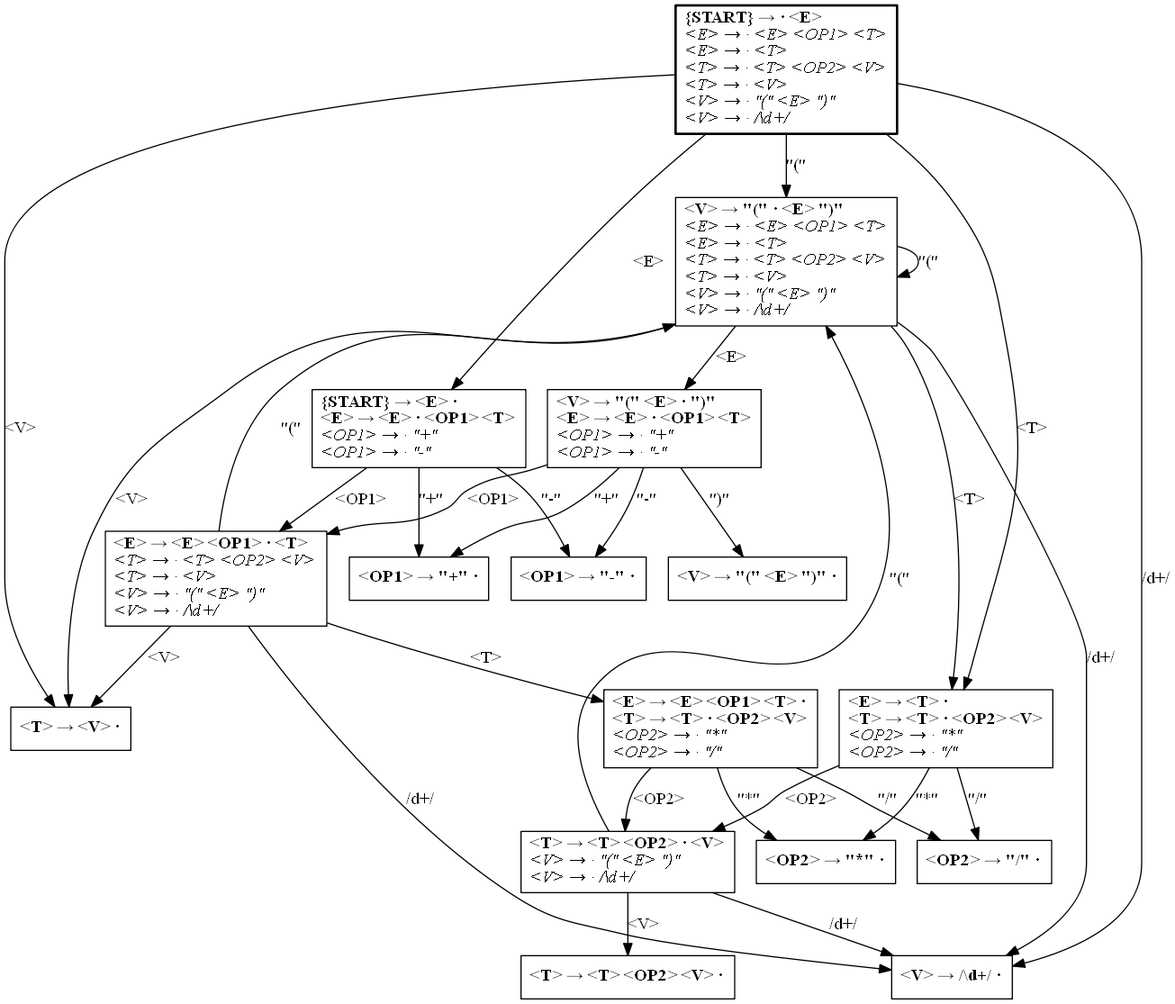
Earlier version of the Graphviz export lalr_collection_test.dot.png (tokenshift/appa). Its source is kept beside it as lalr_collection_test.dot.
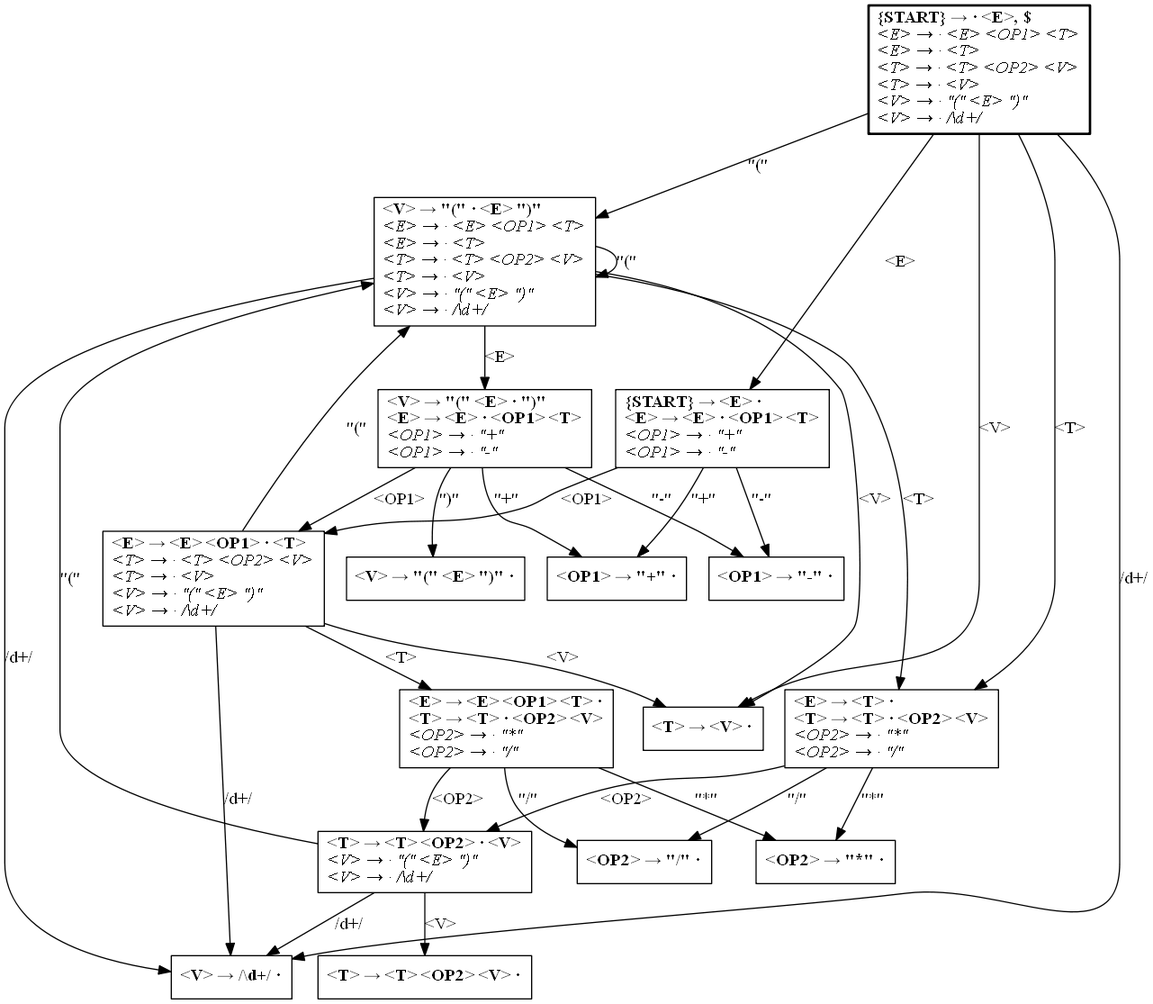
The same diagram one commit later.

What changed in the source:
```diff
@@ -2,10 +2,6 @@
 	node[shape=box];
 
 	1 [label=<<b>
-	&amp;lt;T&amp;gt; → &amp;lt;V&amp;gt; ·<br align="left" />
-	</b>>];
-
-	2 [label=<<b>
 	&amp;lt;V&amp;gt; → "(" · &amp;lt;E&amp;gt; ")"<br align="left" />
 	</b><i>
 	&amp;lt;E&amp;gt; → · &amp;lt;E&amp;gt; &amp;lt;OP1&amp;gt; &amp;lt;T&amp;gt;<br align="left" />
@@ -16,84 +12,43 @@
 	&amp;lt;V&amp;gt; → · /\d+/<br align="left" />
 	</i>>];
 
-	2 -> 3 [label="<E>"];
-	2 -> 4 [label="<T>"];
-	2 -> 1 [label="<V>"];
-	2 -> 2 [label="\"(\""];
-	2 -> 5 [label="/\d+/"];
-
-	5 [label=<<b>
-	&amp;lt;V&amp;gt; → /\d+/ ·<br align="left" />
-	</b>>];
+	1 -> 2 [label="<E>"];
+	1 -> 3 [label="<T>"];
+	1 -> 4 [label="<V>"];
+	1 -> 1 [label="\"(\""];
+	1 -> 5 [label="/\d+/"];
 
 	6 [label=<<b>
 	&amp;lt;OP1&amp;gt; → "+" ·<br align="left" />
 	</b>>];
 
 	7 [label=<<b>
-	&amp;lt;T&amp;gt; → &amp;lt;T&amp;gt; &amp;lt;OP2&amp;gt; &amp;lt;V&amp;gt; ·<br align="left" />
-	</b>>];
-
-	8 [label=<<b>
-	&amp;lt;V&amp;gt; → "(" &amp;lt;E&amp;gt; ")" ·<br align="left" />
-	</b>>];
-
-	4 [label=<<b>
-	&amp;lt;E&amp;gt; → &amp;lt;T&amp;gt; ·<br align="left" />
-	&amp;lt;T&amp;gt; → &amp;lt;T&amp;gt; · &amp;lt;OP2&amp;gt; &amp;lt;V&amp;gt;<br align="left" />
-	</b><i>
-	&amp;lt;OP2&amp;gt; → · "*"<br align="left" />
-	&amp;lt;OP2&amp;gt; → · "/"<br align="left" />
-	</i>>];
-
-	4 -> 9 [label="<OP2>"];
-	4 -> 10 [label="\"*\""];
-	4 -> 11 [label="\"/\""];
-
-	12 [label=<<b>
-	&amp;lt;E&amp;gt; → &amp;lt;E&amp;gt; &amp;lt;OP1&amp;gt; · &amp;lt;T&amp;gt;<br align="left" />
-	</b><i>
-	&amp;lt;T&amp;gt; → · &amp;lt;T&amp;gt; &amp;lt;OP2&amp;gt; &amp;lt;V&amp;gt;<br align="left" />
-	&amp;lt;T&amp;gt; → · &amp;lt;V&amp;gt;<br align="left" />
-	&amp;lt;V&amp;gt; → · "(" &amp;lt;E&amp;gt; ")"<br align="left" />
-	&amp;lt;V&amp;gt; → · /\d+/<br align="left" />
-	</i>>];
-
-	12 -> 13 [label="<T>"];
-	12 -> 1 [label="<V>"];
-	12 -> 2 [label="\"(\""];
-	12 -> 5 [label="/\d+/"];
-
-	14 [label=<<b>
-	&amp;lt;OP1&amp;gt; → "-" ·<br align="left" />
-	</b>>];
-
-	9 [label=<<b>
 	&amp;lt;T&amp;gt; → &amp;lt;T&amp;gt; &amp;lt;OP2&amp;gt; · &amp;lt;V&amp;gt;<br align="left" />
 	</b><i>
 	&amp;lt;V&amp;gt; → · "(" &amp;lt;E&amp;gt; ")"<br align="left" />
 	&amp;lt;V&amp;gt; → · /\d+/<br align="left" />
 	</i>>];
 
-	9 -> 7 [label="<V>"];
-	9 -> 2 [label="\"(\""];
-	9 -> 5 [label="/\d+/"];
+	7 -> 8 [label="<V>"];
+	7 -> 1 [label="\"(\""];
+	7 -> 5 [label="/\d+/"];
 
-	13 [label=<<b>
-	&amp;lt;E&amp;gt; → &amp;lt;E&amp;gt; &amp;lt;OP1&amp;gt; &amp;lt;T&amp;gt; ·<br align="left" />
-	&amp;lt;T&amp;gt; → &amp;lt;T&amp;gt; · &amp;lt;OP2&amp;gt; &amp;lt;V&amp;gt;<br align="left" />
+	2 [label=<<b>
+	&amp;lt;V&amp;gt; → "(" &amp;lt;E&amp;gt; · ")"<br align="left" />
+	&amp;lt;E&amp;gt; → &amp;lt;E&amp;gt; · &amp;lt;OP1&amp;gt; &amp;lt;T&amp;gt;<br align="left" />
 	</b><i>
-	&amp;lt;OP2&amp;gt; → · "*"<br align="left" />
-	&amp;lt;OP2&amp;gt; → · "/"<br align="left" />
+	&amp;lt;OP1&amp;gt; → · "+"<br align="left" />
+	&amp;lt;OP1&amp;gt; → · "-"<br align="left" />
 	</i>>];
 
-	13 -> 9 [label="<OP2>"];
-	13 -> 10 [label="\"*\""];
-	13 -> 11 [label="\"/\""];
+	2 -> 9 [label="\")\""];
+	2 -> 10 [label="<OP1>"];
+	2 -> 6 [label="\"+\""];
+	2 -> 11 [label="\"-\""];
 
-	15 [penwidth=2
+	12 [penwidth=2
 	label=<<b>
-	{START} → · &amp;lt;E&amp;gt;<br align="left" />
+	{START} → · &amp;lt;E&amp;gt;, $<br align="left" />
 	</b><i>
 	&amp;lt;E&amp;gt; → · &amp;lt;E&amp;gt; &amp;lt;OP1&amp;gt; &amp;lt;T&amp;gt;<br align="left" />
 	&amp;lt;E&amp;gt; → · &amp;lt;T&amp;gt;<br align="left" />
@@ -103,13 +58,13 @@
 	&amp;lt;V&amp;gt; → · /\d+/<br align="left" />
 	</i>>];
 
-	15 -> 16 [label="<E>"];
-	15 -> 4 [label="<T>"];
-	15 -> 1 [label="<V>"];
-	15 -> 2 [label="\"(\""];
-	15 -> 5 [label="/\d+/"];
+	12 -> 13 [label="<E>"];
+	12 -> 3 [label="<T>"];
+	12 -> 4 [label="<V>"];
+	12 -> 1 [label="\"(\""];
+	12 -> 5 [label="/\d+/"];
 
-	16 [label=<<b>
+	13 [label=<<b>
 	{START} → &amp;lt;E&amp;gt; ·<br align="left" />
 	&amp;lt;E&amp;gt; → &amp;lt;E&amp;gt; · &amp;lt;OP1&amp;gt; &amp;lt;T&amp;gt;<br align="left" />
 	</b><i>
@@ -117,28 +72,73 @@
 	&amp;lt;OP1&amp;gt; → · "-"<br align="left" />
 	</i>>];
 
-	16 -> 12 [label="<OP1>"];
-	16 -> 6 [label="\"+\""];
-	16 -> 14 [label="\"-\""];
+	13 -> 10 [label="<OP1>"];
+	13 -> 6 [label="\"+\""];
+	13 -> 11 [label="\"-\""];
 
-	10 [label=<<b>
+	3 [label=<<b>
+	&amp;lt;E&amp;gt; → &amp;lt;T&amp;gt; ·<br align="left" />
+	&amp;lt;T&amp;gt; → &amp;lt;T&amp;gt; · &amp;lt;OP2&amp;gt; &amp;lt;V&amp;gt;<br align="left" />
+	</b><i>
+	&amp;lt;OP2&amp;gt; → · "*"<br align="left" />
+	&amp;lt;OP2&amp;gt; → · "/"<br align="left" />
+	</i>>];
+
+	3 -> 7 [label="<OP2>"];
+	3 -> 14 [label="\"*\""];
+	3 -> 15 [label="\"/\""];
+
+	5 [label=<<b>
+	&amp;lt;V&amp;gt; → /\d+/ ·<br align="left" />
+	</b>>];
+
+	16 [label=<<b>
+	&amp;lt;E&amp;gt; → &amp;lt;E&amp;gt; &amp;lt;OP1&amp;gt; &amp;lt;T&amp;gt; ·<br align="left" />
+	&amp;lt;T&amp;gt; → &amp;lt;T&amp;gt; · &amp;lt;OP2&amp;gt; &amp;lt;V&amp;gt;<br align="left" />
+	</b><i>
+	&amp;lt;OP2&amp;gt; → · "*"<br align="left" />
+	&amp;lt;OP2&amp;gt; → · "/"<br align="left" />
+	</i>>];
+
+	16 -> 7 [label="<OP2>"];
+	16 -> 14 [label="\"*\""];
+	16 -> 15 [label="\"/\""];
+
+	8 [label=<<b>
+	&amp;lt;T&amp;gt; → &amp;lt;T&amp;gt; &amp;lt;OP2&amp;gt; &amp;lt;V&amp;gt; ·<br align="left" />
+	</b>>];
+
+	4 [label=<<b>
+	&amp;lt;T&amp;gt; → &amp;lt;V&amp;gt; ·<br align="left" />
+	</b>>];
+
+	11 [label=<<b>
+	&amp;lt;OP1&amp;gt; → "-" ·<br align="left" />
+	</b>>];
+
+	14 [label=<<b>
 	&amp;lt;OP2&amp;gt; → "*" ·<br align="left" />
 	</b>>];
 
-	3 [label=<<b>
-	&amp;lt;V&amp;gt; → "(" &amp;lt;E&amp;gt; · ")"<br align="left" />
-	&amp;lt;E&amp;gt; → &amp;lt;E&amp;gt; · &amp;lt;OP1&amp;gt; &amp;lt;T&amp;gt;<br align="left" />
+	10 [label=<<b>
+	&amp;lt;E&amp;gt; → &amp;lt;E&amp;gt; &amp;lt;OP1&amp;gt; · &amp;lt;T&amp;gt;<br align="left" />
 	</b><i>
-	&amp;lt;OP1&amp;gt; → · "+"<br align="left" />
-	&amp;lt;OP1&amp;gt; → · "-"<br align="left" />
+	&amp;lt;T&amp;gt; → · &amp;lt;T&amp;gt; &amp;lt;OP2&amp;gt; &amp;lt;V&amp;gt;<br align="left" />
+	&amp;lt;T&amp;gt; → · &amp;lt;V&amp;gt;<br align="left" />
+	&amp;lt;V&amp;gt; → · "(" &amp;lt;E&amp;gt; ")"<br align="left" />
+	&amp;lt;V&amp;gt; → · /\d+/<br align="left" />
 	</i>>];
 
-	3 -> 8 [label="\")\""];
-	3 -> 12 [label="<OP1>"];
-	3 -> 6 [label="\"+\""];
-	3 -> 14 [label="\"-\""];
+	10 -> 16 [label="<T>"];
+	10 -> 4 [label="<V>"];
+	10 -> 1 [label="\"(\""];
+	10 -> 5 [label="/\d+/"];
 
-	11 [label=<<b>
+	15 [label=<<b>
 	&amp;lt;OP2&amp;gt; → "/" ·<br align="left" />
 	</b>>];
+
+	9 [label=<<b>
+	&amp;lt;V&amp;gt; → "(" &amp;lt;E&amp;gt; ")" ·<br align="left" />
+	</b>>];
 }
```
